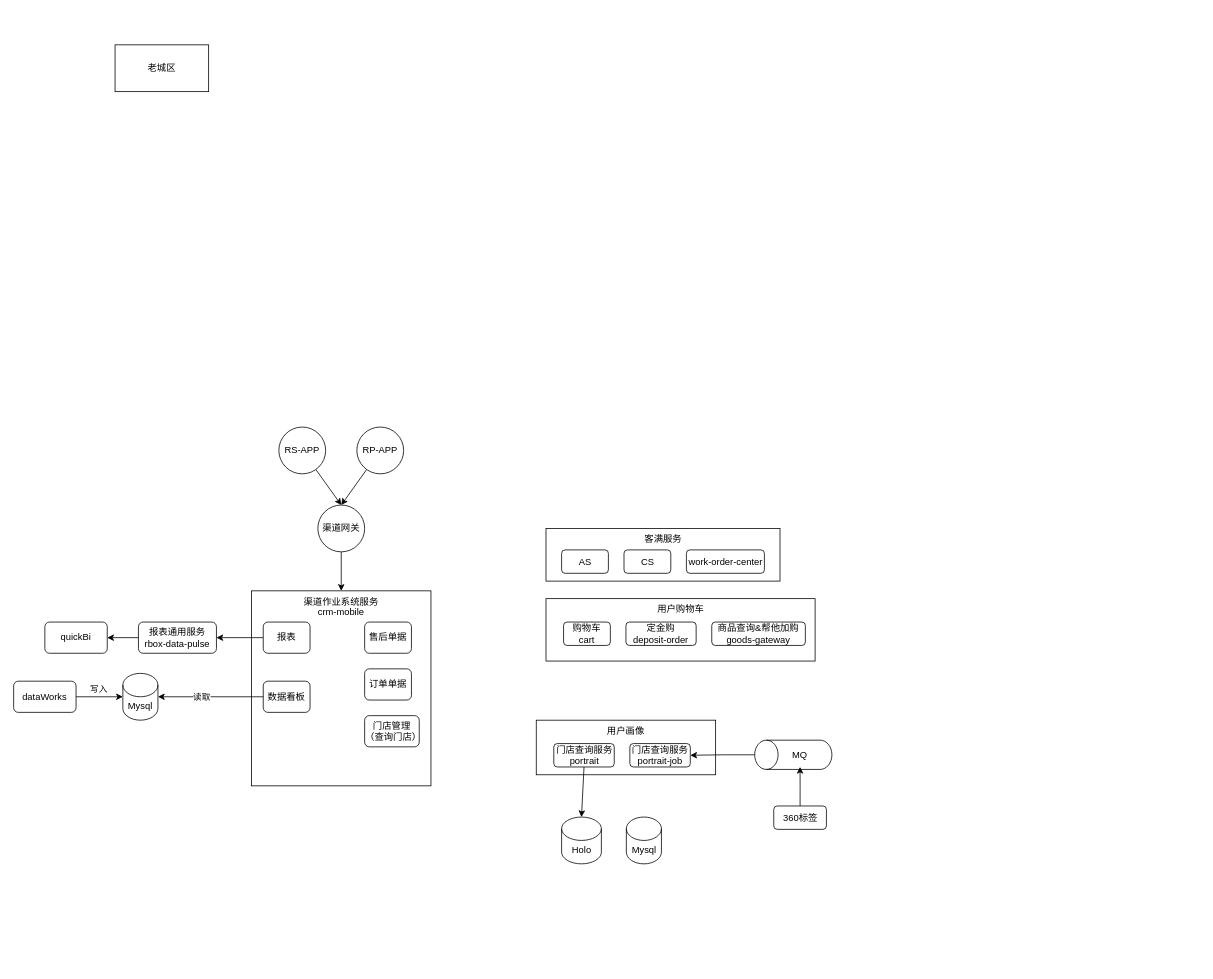
This is RS&RP服务关系图.drawio from shixiaoding/draw, a draw.io file, before an edit. Source tidied: cells renumbered, new cells numbered last; positions are measured from the earlier drawing's top-left corner, leaving out a move shared by most shapes. Both pictures are drawn from the tidied source at 78%, with x=0, y=0 at pixel (13, 44).
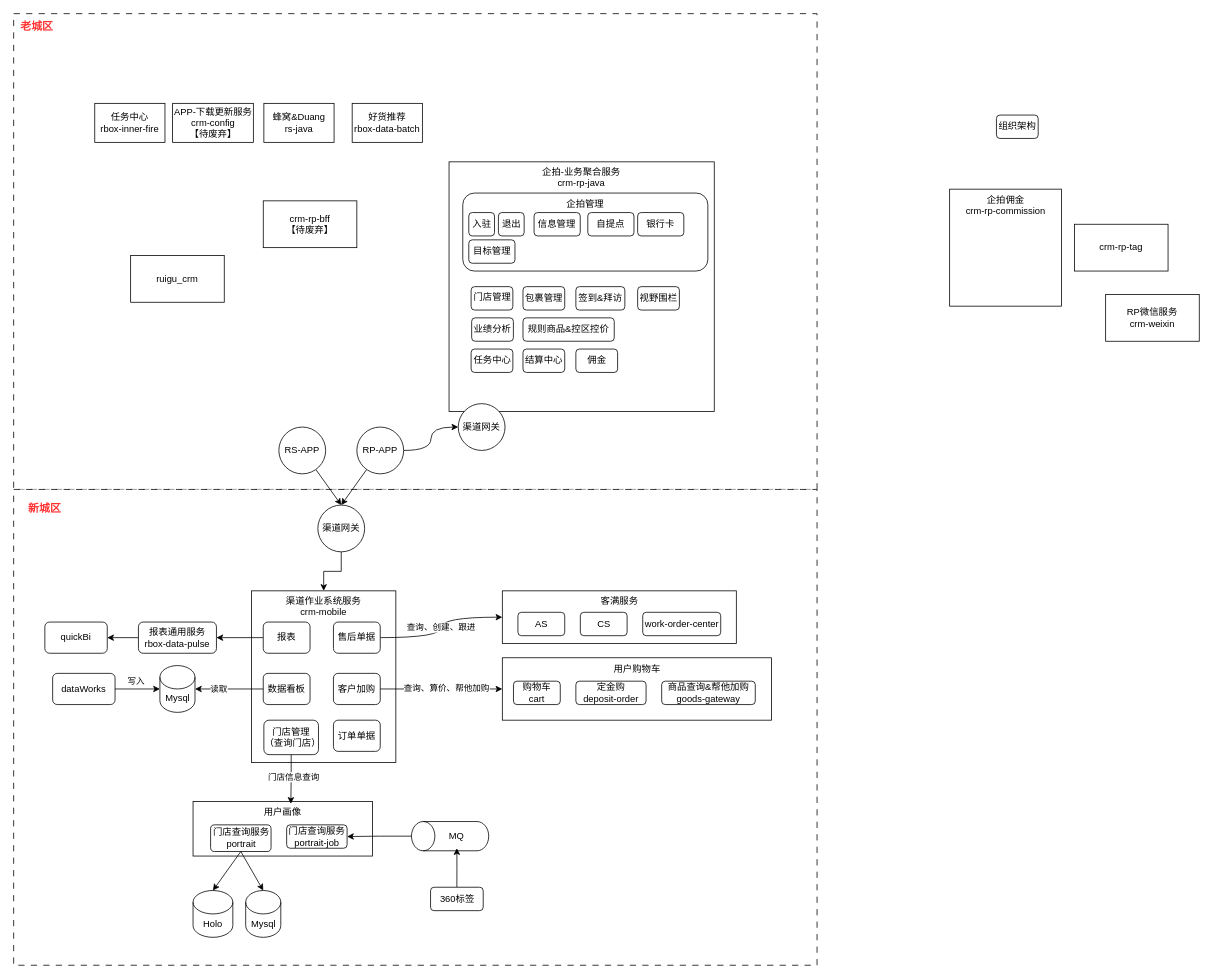
The same diagram, later.

Commit message (it also covers changes not shown here):
更新RS&RP服务关系图.drawio

The change refers to these unchanged cells:
```xml
<mxCell id="6" value="RP-APP" style="ellipse;whiteSpace=wrap;html=1;" parent="1" vertex="1">
  <mxGeometry x="440" y="490" width="60" height="60" as="geometry" />
</mxCell>
```

Diff of the diagram source:
```diff
@@
+    <mxCell id="45" style="rounded=0;whiteSpace=wrap;html=1;dashed=1;dashPattern=8 8;shadow=0;glass=0;" parent="1" vertex="1">
+      <mxGeometry y="-40" width="1030" height="610" as="geometry" />
+    </mxCell>
+    <mxCell id="46" style="rounded=0;whiteSpace=wrap;html=1;dashed=1;dashPattern=8 8;shadow=0;glass=0;" parent="1" vertex="1">
+      <mxGeometry y="570" width="1030" height="610" as="geometry" />
+    </mxCell>
     <mxCell id="2" value="用户购物车" style="rounded=0;whiteSpace=wrap;html=1;verticalAlign=top;" parent="1" vertex="1">
-      <mxGeometry x="682.5" y="710" width="345" height="80" as="geometry" />
+      <mxGeometry x="626.5" y="785.8" width="345" height="80" as="geometry" />
     </mxCell>
@@
+    <mxCell id="47" style="edgeStyle=orthogonalEdgeStyle;rounded=0;jettySize=auto;html=1;curved=1;" parent="1" edge="1" source="6" target="64">
+      <mxGeometry relative="1" as="geometry" />
+    </mxCell>
@@
-    <mxCell id="7" value="老城区" style="rounded=0;whiteSpace=wrap;html=1;" parent="1" vertex="1">
-      <mxGeometry x="130" width="120" height="60" as="geometry" />
-    </mxCell>
@@
     <mxCell id="10" value="渠道作业系统服务&lt;br&gt;crm-mobile" style="rounded=0;whiteSpace=wrap;html=1;align=center;verticalAlign=top;" parent="1" vertex="1">
-      <mxGeometry x="305" y="700" width="230" height="250" as="geometry" />
+      <mxGeometry x="305" y="700" width="185" height="220" as="geometry" />
     </mxCell>
+    <mxCell id="48" value="查询、创建、跟进" style="edgeStyle=orthogonalEdgeStyle;rounded=0;jettySize=auto;html=1;entryX=0;entryY=0.5;entryDx=0;entryDy=0;curved=1;" parent="1" edge="1" source="11" target="12">
+      <mxGeometry relative="1" as="geometry" />
+    </mxCell>
     <mxCell id="11" value="售后单据" style="rounded=1;whiteSpace=wrap;html=1;" parent="1" vertex="1">
-      <mxGeometry x="450" y="740" width="60" height="40" as="geometry" />
+      <mxGeometry x="410" y="740" width="60" height="40" as="geometry" />
     </mxCell>
     <mxCell id="12" value="客满服务&lt;div&gt;&lt;br&gt;&lt;/div&gt;" style="rounded=0;whiteSpace=wrap;html=1;verticalAlign=top;" parent="1" vertex="1">
-      <mxGeometry x="682.5" y="620" width="300" height="67.5" as="geometry" />
+      <mxGeometry x="626.5" y="700" width="300" height="67.5" as="geometry" />
     </mxCell>
     <mxCell id="13" value="AS" style="rounded=1;whiteSpace=wrap;html=1;" parent="1" vertex="1">
-      <mxGeometry x="702.5" y="647.5" width="60" height="30" as="geometry" />
+      <mxGeometry x="646.5" y="727.5" width="60" height="30" as="geometry" />
     </mxCell>
     <mxCell id="14" value="CS" style="rounded=1;whiteSpace=wrap;html=1;" parent="1" vertex="1">
-      <mxGeometry x="782.5" y="647.5" width="60" height="30" as="geometry" />
+      <mxGeometry x="726.5" y="727.5" width="60" height="30" as="geometry" />
     </mxCell>
     <mxCell id="15" value="work-order-center" style="rounded=1;whiteSpace=wrap;html=1;" parent="1" vertex="1">
-      <mxGeometry x="862.5" y="647.5" width="100" height="30" as="geometry" />
+      <mxGeometry x="806.5" y="727.5" width="100" height="30" as="geometry" />
     </mxCell>
     <mxCell id="16" value="购物车&lt;br&gt;cart" style="rounded=1;whiteSpace=wrap;html=1;" parent="1" vertex="1">
-      <mxGeometry x="705" y="740" width="60" height="30" as="geometry" />
+      <mxGeometry x="640.8" y="815.8" width="60" height="30" as="geometry" />
     </mxCell>
     <mxCell id="17" value="定金购&lt;br&gt;deposit-order" style="rounded=1;whiteSpace=wrap;html=1;" parent="1" vertex="1">
-      <mxGeometry x="785" y="740" width="90" height="30" as="geometry" />
+      <mxGeometry x="720.8" y="815.8" width="90" height="30" as="geometry" />
     </mxCell>
     <mxCell id="18" value="商品查询&amp;amp;帮他加购&lt;br&gt;goods-gateway" style="rounded=1;whiteSpace=wrap;html=1;" parent="1" vertex="1">
-      <mxGeometry x="895" y="740" width="120" height="30" as="geometry" />
+      <mxGeometry x="830.8" y="815.8" width="120" height="30" as="geometry" />
     </mxCell>
     <mxCell id="19" value="订单单据" style="rounded=1;whiteSpace=wrap;html=1;" parent="1" vertex="1">
-      <mxGeometry x="450" y="800" width="60" height="40" as="geometry" />
+      <mxGeometry x="410" y="865.8" width="60" height="40" as="geometry" />
     </mxCell>
     <mxCell id="20" value="门店管理&lt;div&gt;（查询门店）&lt;/div&gt;" style="rounded=1;whiteSpace=wrap;html=1;" parent="1" vertex="1">
-      <mxGeometry x="450" y="860" width="70" height="40" as="geometry" />
+      <mxGeometry x="320.8" y="865.8" width="70" height="44.2" as="geometry" />
     </mxCell>
@@
     <mxCell id="23" value="数据看板" style="rounded=1;whiteSpace=wrap;html=1;" parent="1" vertex="1">
-      <mxGeometry x="320" y="815.8" width="60" height="40" as="geometry" />
+      <mxGeometry x="320" y="805.8" width="60" height="40" as="geometry" />
     </mxCell>
     <mxCell id="24" value="用户画像" style="rounded=0;whiteSpace=wrap;html=1;verticalAlign=top;" parent="1" vertex="1">
-      <mxGeometry x="670" y="865.8" width="230" height="70" as="geometry" />
+      <mxGeometry x="230" y="970" width="230" height="70" as="geometry" />
     </mxCell>
     <mxCell id="25" value="门店查询服务&lt;div&gt;portrait&lt;br&gt;&lt;/div&gt;" style="rounded=1;whiteSpace=wrap;html=1;" parent="1" vertex="1">
-      <mxGeometry x="692.5" y="895.8" width="77.5" height="30" as="geometry" />
+      <mxGeometry x="252.5" y="1000" width="77.5" height="34.2" as="geometry" />
     </mxCell>
     <mxCell id="26" value="门店查询服务&lt;div&gt;portrait-job&lt;br&gt;&lt;/div&gt;" style="rounded=1;whiteSpace=wrap;html=1;" parent="1" vertex="1">
-      <mxGeometry x="790" y="895.8" width="77.5" height="30" as="geometry" />
+      <mxGeometry x="350" y="1000" width="77.5" height="30" as="geometry" />
     </mxCell>
     <mxCell id="27" style="group;" parent="1" vertex="1">
-      <mxGeometry x="950" y="891.5" width="116.5" height="68.2" as="geometry" />
+      <mxGeometry x="510" y="995.8" width="116.5" height="68.2" as="geometry" />
     </mxCell>
@@
     <mxCell id="31" value="&lt;div&gt;360标签&lt;/div&gt;" style="rounded=1;whiteSpace=wrap;html=1;" parent="1" vertex="1">
-      <mxGeometry x="974.5" y="975.8" width="67.5" height="30" as="geometry" />
+      <mxGeometry x="534.5" y="1080" width="67.5" height="30" as="geometry" />
     </mxCell>
@@
     <mxCell id="36" value="dataWorks" style="whiteSpace=wrap;html=1;rounded=1;" parent="1" vertex="1">
-      <mxGeometry y="815.8" width="80" height="40" as="geometry" />
+      <mxGeometry x="50" y="805.8" width="80" height="40" as="geometry" />
     </mxCell>
     <mxCell id="37" value="Mysql" style="shape=cylinder3;whiteSpace=wrap;html=1;boundedLbl=1;backgroundOutline=1;size=15;" parent="1" vertex="1">
-      <mxGeometry x="140" y="805.8" width="45" height="60" as="geometry" />
+      <mxGeometry x="187.5" y="795.8" width="45" height="60" as="geometry" />
     </mxCell>
@@
     <mxCell id="42" value="Holo" style="shape=cylinder3;whiteSpace=wrap;html=1;boundedLbl=1;backgroundOutline=1;size=15;" parent="1" vertex="1">
-      <mxGeometry x="702.5" y="990" width="51" height="60" as="geometry" />
+      <mxGeometry x="230" y="1084.2" width="51" height="60" as="geometry" />
     </mxCell>
     <mxCell id="43" value="Mysql" style="shape=cylinder3;whiteSpace=wrap;html=1;boundedLbl=1;backgroundOutline=1;size=15;" parent="1" vertex="1">
-      <mxGeometry x="785.5" y="990" width="45" height="60" as="geometry" />
+      <mxGeometry x="297.5" y="1084.2" width="45" height="60" as="geometry" />
     </mxCell>
@@
+    <mxCell id="49" style="rounded=0;jettySize=auto;html=1;exitX=0.5;exitY=1;exitDx=0;exitDy=0;entryX=0.5;entryY=0;entryDx=0;entryDy=0;entryPerimeter=0;" parent="1" edge="1" source="25" target="43">
+      <mxGeometry relative="1" as="geometry" />
+    </mxCell>
+    <mxCell id="50" style="edgeStyle=orthogonalEdgeStyle;rounded=0;jettySize=auto;html=1;entryX=0.545;entryY=0.043;entryDx=0;entryDy=0;entryPerimeter=0;" parent="1" edge="1" source="20" target="24">
+      <mxGeometry relative="1" as="geometry" />
+    </mxCell>
+    <mxCell id="51" value="门店信息查询" style="edgeLabel;html=1;align=center;verticalAlign=middle;" parent="50" vertex="1">
+      <mxGeometry x="-0.09" y="4" relative="1" as="geometry">
+        <mxPoint x="-1" y="-1" as="offset" />
+      </mxGeometry>
+    </mxCell>
+    <mxCell id="52" style="edgeStyle=orthogonalEdgeStyle;rounded=0;jettySize=auto;html=1;entryX=0;entryY=0.5;entryDx=0;entryDy=0;" parent="1" edge="1" source="54" target="2">
+      <mxGeometry relative="1" as="geometry" />
+    </mxCell>
+    <mxCell id="53" value="查询、算价、帮他加购" style="edgeLabel;html=1;align=center;verticalAlign=middle;" parent="52" vertex="1">
+      <mxGeometry x="0.07" y="1" relative="1" as="geometry" />
+    </mxCell>
+    <mxCell id="54" value="客户加购" style="rounded=1;whiteSpace=wrap;html=1;" parent="1" vertex="1">
+      <mxGeometry x="410" y="805.8" width="60" height="40" as="geometry" />
+    </mxCell>
+    <mxCell id="55" value="&lt;b&gt;&lt;font color=&quot;#ff3333&quot; style=&quot;font-size: 14px;&quot;&gt;新城区&lt;/font&gt;&lt;/b&gt;" style="text;html=1;align=center;verticalAlign=middle;whiteSpace=wrap;rounded=0;" parent="1" vertex="1">
+      <mxGeometry x="10" y="580" width="60" height="30" as="geometry" />
+    </mxCell>
+    <mxCell id="7" value="&lt;b&gt;&lt;font color=&quot;#ff3333&quot; style=&quot;font-size: 14px;&quot;&gt;老城区&lt;/font&gt;&lt;/b&gt;" style="text;html=1;align=center;verticalAlign=middle;whiteSpace=wrap;rounded=0;" parent="1" vertex="1">
+      <mxGeometry y="-39" width="60" height="30" as="geometry" />
+    </mxCell>
+    <mxCell id="56" value="ruigu_crm" style="rounded=0;whiteSpace=wrap;html=1;" parent="1" vertex="1">
+      <mxGeometry x="150" y="270" width="120" height="60" as="geometry" />
+    </mxCell>
+    <mxCell id="57" value="企拍佣金&lt;br&gt;crm-rp-commission" style="rounded=0;whiteSpace=wrap;html=1;verticalAlign=top;" parent="1" vertex="1">
+      <mxGeometry x="1200" y="185" width="143.5" height="150" as="geometry" />
+    </mxCell>
+    <mxCell id="58" value="crm-rp-bff&lt;br&gt;【待废弃】" style="rounded=0;whiteSpace=wrap;html=1;" parent="1" vertex="1">
+      <mxGeometry x="320" y="200" width="120" height="60" as="geometry" />
+    </mxCell>
+    <mxCell id="59" value="企拍-业务聚合服务&lt;br&gt;crm-rp-java" style="rounded=0;whiteSpace=wrap;html=1;horizontal=1;verticalAlign=top;" parent="1" vertex="1">
+      <mxGeometry x="558.2" y="150" width="340" height="320" as="geometry" />
+    </mxCell>
+    <mxCell id="60" value="&lt;div&gt;&lt;span style=&quot;background-color: initial;&quot;&gt;任务中心&lt;br&gt;rbox-inner-fire&lt;/span&gt;&lt;br&gt;&lt;/div&gt;" style="rounded=0;whiteSpace=wrap;html=1;" parent="1" vertex="1">
+      <mxGeometry x="104" y="75" width="90" height="50" as="geometry" />
+    </mxCell>
+    <mxCell id="61" value="APP-下载更新服务&lt;br&gt;crm-config&lt;br&gt;【待废弃】" style="rounded=0;whiteSpace=wrap;html=1;" parent="1" vertex="1">
+      <mxGeometry x="203.8" y="75" width="103.5" height="50" as="geometry" />
+    </mxCell>
+    <mxCell id="62" value="RP微信服务&lt;br&gt;crm-weixin" style="rounded=0;whiteSpace=wrap;html=1;" parent="1" vertex="1">
+      <mxGeometry x="1400" y="320" width="120" height="60" as="geometry" />
+    </mxCell>
+    <mxCell id="63" value="crm-rp-tag" style="rounded=0;whiteSpace=wrap;html=1;" parent="1" vertex="1">
+      <mxGeometry x="1360" y="230" width="120" height="60" as="geometry" />
+    </mxCell>
+    <mxCell id="64" value="渠道网关" style="ellipse;whiteSpace=wrap;html=1;" parent="1" vertex="1">
+      <mxGeometry x="570" y="460" width="60" height="60" as="geometry" />
+    </mxCell>
+    <mxCell id="65" value="&lt;div&gt;蜂窝&amp;amp;Duang&lt;br&gt;rs-java&lt;br&gt;&lt;/div&gt;" style="rounded=0;whiteSpace=wrap;html=1;" parent="1" vertex="1">
+      <mxGeometry x="320.8" y="75" width="90" height="50" as="geometry" />
+    </mxCell>
+    <mxCell id="66" value="&lt;div&gt;好货推荐&lt;br&gt;rbox-data-batch&lt;br&gt;&lt;/div&gt;" style="rounded=0;whiteSpace=wrap;html=1;" parent="1" vertex="1">
+      <mxGeometry x="434" y="75" width="90" height="50" as="geometry" />
+    </mxCell>
+    <mxCell id="67" value="组织架构" style="rounded=1;whiteSpace=wrap;html=1;" parent="1" vertex="1">
+      <mxGeometry x="1260" y="90" width="53.5" height="30" as="geometry" />
+    </mxCell>
+    <mxCell id="68" value="佣金" style="rounded=1;whiteSpace=wrap;html=1;" parent="1" vertex="1">
+      <mxGeometry x="720.8" y="390" width="53.5" height="30" as="geometry" />
+    </mxCell>
+    <mxCell id="69" value="企拍管理" style="rounded=1;whiteSpace=wrap;html=1;horizontal=1;verticalAlign=top;" parent="1" vertex="1">
+      <mxGeometry x="575.8" y="190" width="314.2" height="100" as="geometry" />
+    </mxCell>
+    <mxCell id="70" value="包裹管理" style="rounded=1;whiteSpace=wrap;html=1;" parent="1" vertex="1">
+      <mxGeometry x="653" y="310" width="53.5" height="30" as="geometry" />
+    </mxCell>
+    <mxCell id="71" value="入驻" style="rounded=1;whiteSpace=wrap;html=1;" parent="1" vertex="1">
+      <mxGeometry x="583.5" y="215" width="33" height="30" as="geometry" />
+    </mxCell>
+    <mxCell id="72" value="信息管理" style="rounded=1;whiteSpace=wrap;html=1;" parent="1" vertex="1">
+      <mxGeometry x="667.2" y="215" width="59.2" height="30" as="geometry" />
+    </mxCell>
+    <mxCell id="73" value="自提点" style="rounded=1;whiteSpace=wrap;html=1;" parent="1" vertex="1">
+      <mxGeometry x="736.1" y="215" width="59.2" height="30" as="geometry" />
+    </mxCell>
+    <mxCell id="74" value="银行卡" style="rounded=1;whiteSpace=wrap;html=1;" parent="1" vertex="1">
+      <mxGeometry x="800" y="215" width="59.2" height="30" as="geometry" />
+    </mxCell>
+    <mxCell id="75" value="视野围栏" style="rounded=1;whiteSpace=wrap;html=1;" parent="1" vertex="1">
+      <mxGeometry x="800" y="310" width="53.5" height="30" as="geometry" />
+    </mxCell>
+    <mxCell id="76" value="签到&amp;amp;拜访" style="rounded=1;whiteSpace=wrap;html=1;" parent="1" vertex="1">
+      <mxGeometry x="720.8" y="310" width="62.8" height="30" as="geometry" />
+    </mxCell>
+    <mxCell id="77" value="任务中心" style="rounded=1;whiteSpace=wrap;html=1;" parent="1" vertex="1">
+      <mxGeometry x="586.5" y="390" width="53.5" height="30" as="geometry" />
+    </mxCell>
+    <mxCell id="78" value="退出" style="rounded=1;whiteSpace=wrap;html=1;" parent="1" vertex="1">
+      <mxGeometry x="621.5" y="215" width="33" height="30" as="geometry" />
+    </mxCell>
+    <mxCell id="79" value="门店管理&lt;br&gt;&lt;div&gt;&lt;br/&gt;&lt;/div&gt;" style="rounded=1;whiteSpace=wrap;html=1;horizontal=1;verticalAlign=top;" parent="1" vertex="1">
+      <mxGeometry x="586.5" y="310" width="53.5" height="30" as="geometry" />
+    </mxCell>
+    <mxCell id="80" value="结算中心" style="rounded=1;whiteSpace=wrap;html=1;" parent="1" vertex="1">
+      <mxGeometry x="653" y="390" width="53.5" height="30" as="geometry" />
+    </mxCell>
+    <mxCell id="81" value="业绩分析" style="rounded=1;whiteSpace=wrap;html=1;" parent="1" vertex="1">
+      <mxGeometry x="587.2" y="350" width="53.5" height="30" as="geometry" />
+    </mxCell>
+    <mxCell id="82" value="规则商品&amp;amp;控区控价" style="rounded=1;whiteSpace=wrap;html=1;" parent="1" vertex="1">
+      <mxGeometry x="653" y="350" width="117" height="30" as="geometry" />
+    </mxCell>
+    <mxCell id="83" value="目标管理" style="rounded=1;whiteSpace=wrap;html=1;" parent="1" vertex="1">
+      <mxGeometry x="583.5" y="250" width="59.2" height="30" as="geometry" />
+    </mxCell>
```
